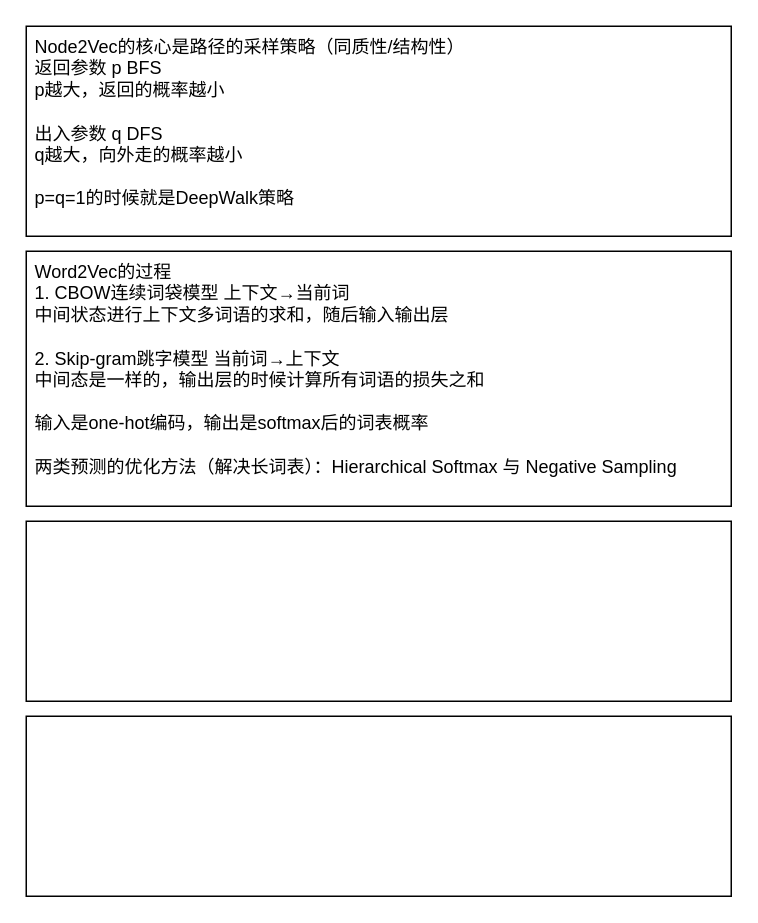
The draw.io diagram node2vec.drawio in limpid-11/drawio, before the edit. Source tidied: cells renumbered, new cells numbered last; positions are measured from the earlier drawing's top-left corner, leaving out a move shared by most shapes. Both pictures are drawn from the tidied source at 150%, with x=0, y=0 at pixel (26, 26).
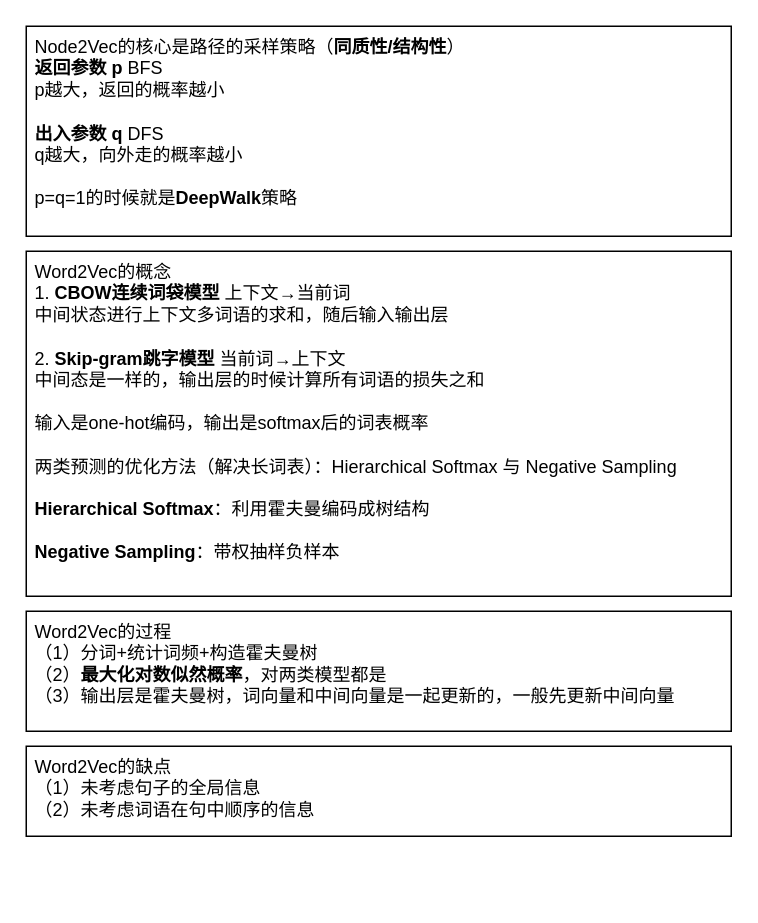
The same diagram, later.

Diff of the diagram source:
```diff
@@
 <mxGraphModel>
   <root>
     <mxCell id="0" />
     <mxCell id="1" parent="0" />
-    <mxCell id="2" value="&lt;div&gt;Node2Vec的核心是路径的采样策略（同质性/结构性）&lt;/div&gt;返回参数 p BFS&lt;div&gt;p越大，返回的概率越小&lt;br&gt;&lt;div&gt;&lt;br&gt;&lt;/div&gt;&lt;div&gt;出入参数 q DFS&lt;/div&gt;&lt;/div&gt;&lt;div&gt;q越大，向外走的概率越小&lt;/div&gt;&lt;div&gt;&lt;br&gt;&lt;/div&gt;&lt;div&gt;p=q=1的时候就是DeepWalk策略&lt;/div&gt;" style="rounded=0;whiteSpace=wrap;html=1;align=left;verticalAlign=top;spacingLeft=4;" parent="1" vertex="1">
+    <mxCell id="2" value="&lt;div&gt;Node2Vec的核心是路径的采样策略（&lt;b&gt;同质性/结构性&lt;/b&gt;）&lt;/div&gt;&lt;b&gt;返回参数 p&lt;/b&gt; BFS&lt;div&gt;p越大，返回的概率越小&lt;br&gt;&lt;div&gt;&lt;br&gt;&lt;/div&gt;&lt;div&gt;&lt;b&gt;出入参数 q&lt;/b&gt; DFS&lt;/div&gt;&lt;/div&gt;&lt;div&gt;q越大，向外走的概率越小&lt;/div&gt;&lt;div&gt;&lt;br&gt;&lt;/div&gt;&lt;div&gt;p=q=1的时候就是&lt;b&gt;DeepWalk&lt;/b&gt;策略&lt;/div&gt;" style="rounded=0;whiteSpace=wrap;html=1;align=left;verticalAlign=top;spacingLeft=4;" parent="1" vertex="1">
       <mxGeometry width="470" height="140" as="geometry" />
     </mxCell>
-    <mxCell id="3" value="Word2Vec的过程&lt;div&gt;1. CBOW连续词袋模型 上下文→当前词&lt;/div&gt;&lt;div&gt;中间状态进行上下文多词语的求和，随后输入输出层&lt;/div&gt;&lt;div&gt;&lt;br&gt;&lt;/div&gt;&lt;div&gt;2. Skip-gram跳字模型 当前词→上下文&lt;/div&gt;&lt;div&gt;中间态是一样的，输出层的时候计算所有词语的损失之和&lt;/div&gt;&lt;div&gt;&lt;br&gt;&lt;/div&gt;&lt;div&gt;输入是one-hot编码，输出是softmax后的词表概率&lt;/div&gt;&lt;div&gt;&lt;br&gt;&lt;/div&gt;&lt;div&gt;两类预测的优化方法（解决长词表）：Hierarchical Softmax 与 Negative Sampling&lt;/div&gt;" style="rounded=0;whiteSpace=wrap;html=1;align=left;verticalAlign=top;spacingLeft=4;" parent="1" vertex="1">
-      <mxGeometry y="150" width="470" height="170" as="geometry" />
+    <mxCell id="3" value="Word2Vec的概念&amp;nbsp;&lt;div&gt;1. &lt;b&gt;CBOW连续词袋模型&lt;/b&gt; 上下文→当前词&lt;/div&gt;&lt;div&gt;中间状态进行上下文多词语的求和，随后输入输出层&lt;/div&gt;&lt;div&gt;&lt;br&gt;&lt;/div&gt;&lt;div&gt;2. &lt;b&gt;Skip-gram跳字模型&lt;/b&gt; 当前词→上下文&lt;/div&gt;&lt;div&gt;中间态是一样的，输出层的时候计算所有词语的损失之和&lt;/div&gt;&lt;div&gt;&lt;br&gt;&lt;/div&gt;&lt;div&gt;输入是one-hot编码，输出是softmax后的词表概率&lt;/div&gt;&lt;div&gt;&lt;br&gt;&lt;/div&gt;&lt;div&gt;两类预测的优化方法（解决长词表）：Hierarchical Softmax 与 Negative Sampling&lt;/div&gt;&lt;div&gt;&lt;br&gt;&lt;/div&gt;&lt;div&gt;&lt;b&gt;Hierarchical Softmax&lt;/b&gt;：利用霍夫曼编码成树结构&lt;br&gt;&lt;/div&gt;&lt;div&gt;&lt;br&gt;&lt;/div&gt;&lt;div&gt;&lt;b&gt;Negative Sampling&lt;/b&gt;：带权抽样负样本&lt;br&gt;&lt;/div&gt;" style="rounded=0;whiteSpace=wrap;html=1;align=left;verticalAlign=top;spacingLeft=4;" parent="1" vertex="1">
+      <mxGeometry y="150" width="470" height="230" as="geometry" />
     </mxCell>
-    <mxCell id="4" style="rounded=0;whiteSpace=wrap;html=1;align=left;verticalAlign=top;spacingLeft=4;" parent="1" vertex="1">
-      <mxGeometry y="330" width="470" height="120" as="geometry" />
+    <mxCell id="4" value="Word2Vec的过程&lt;div&gt;（1）分词+统计词频+构造霍夫曼树&lt;/div&gt;&lt;div&gt;（2）&lt;b&gt;最大化对数似然概率&lt;/b&gt;，对两类模型都是&lt;/div&gt;&lt;div&gt;（3）输出层是霍夫曼树，词向量和中间向量是一起更新的，一般先更新中间向量&amp;nbsp;&lt;/div&gt;" style="rounded=0;whiteSpace=wrap;html=1;align=left;verticalAlign=top;spacingLeft=4;" parent="1" vertex="1">
+      <mxGeometry y="390" width="470" height="80" as="geometry" />
     </mxCell>
-    <mxCell id="5" style="rounded=0;whiteSpace=wrap;html=1;align=left;verticalAlign=top;spacingLeft=4;" parent="1" vertex="1">
-      <mxGeometry y="460" width="470" height="120" as="geometry" />
+    <mxCell id="5" value="Word2Vec的缺点&lt;div&gt;（1）未考虑句子的全局信息&lt;/div&gt;&lt;div&gt;（2）未考虑词语在句中顺序的信息&lt;/div&gt;" style="rounded=0;whiteSpace=wrap;html=1;align=left;verticalAlign=top;spacingLeft=4;" parent="1" vertex="1">
+      <mxGeometry y="480" width="470" height="60" as="geometry" />
     </mxCell>
   </root>
 </mxGraphModel>
```
